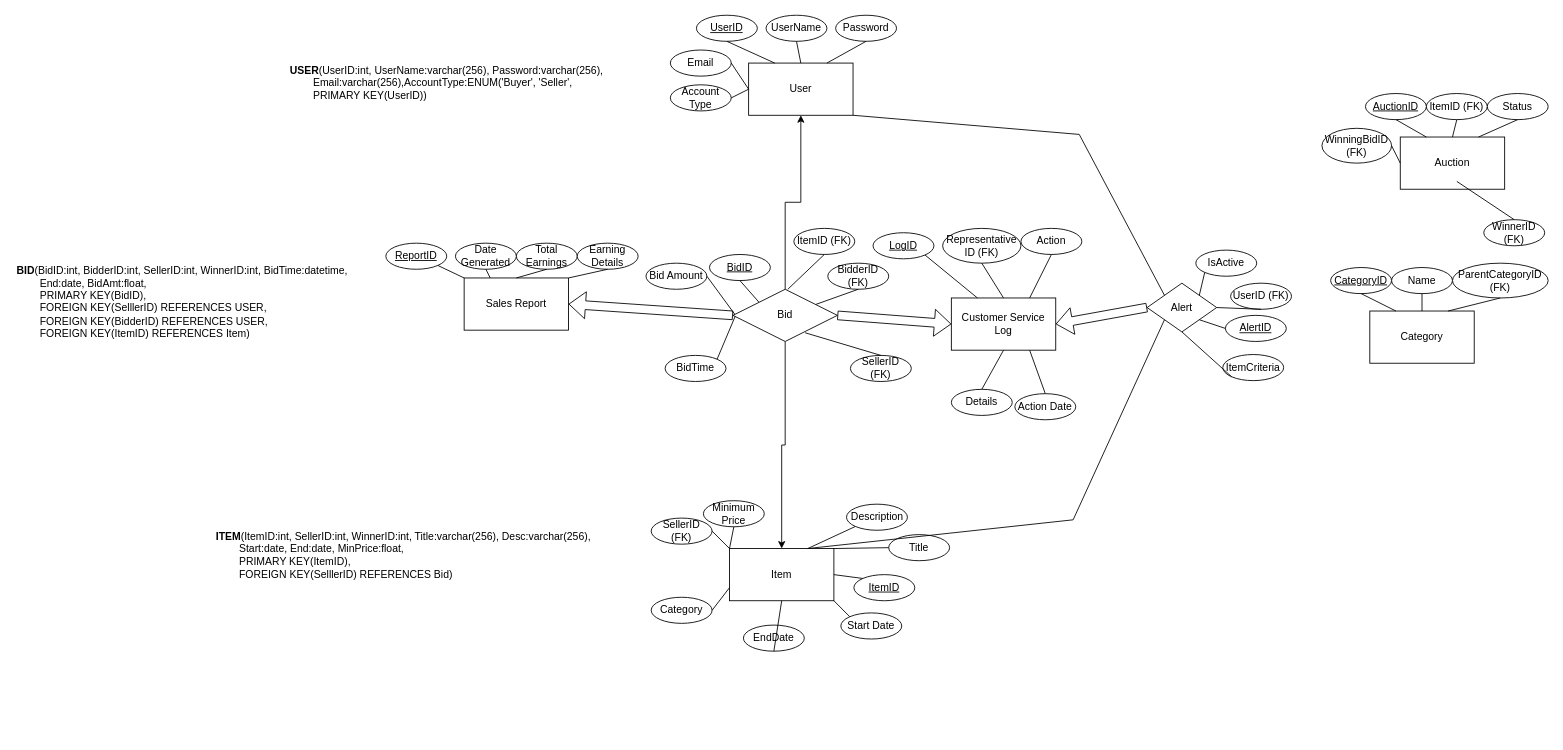
Above: Project1ER.drawio in Swoopi/PrinInfo (draw.io), before the change. Source tidied: cells renumbered, new cells numbered last; positions are measured from the earlier drawing's top-left corner, leaving out a move shared by most shapes. Both pictures are drawn from the tidied source at 87%, with x=0, y=0 at pixel (15, 15).
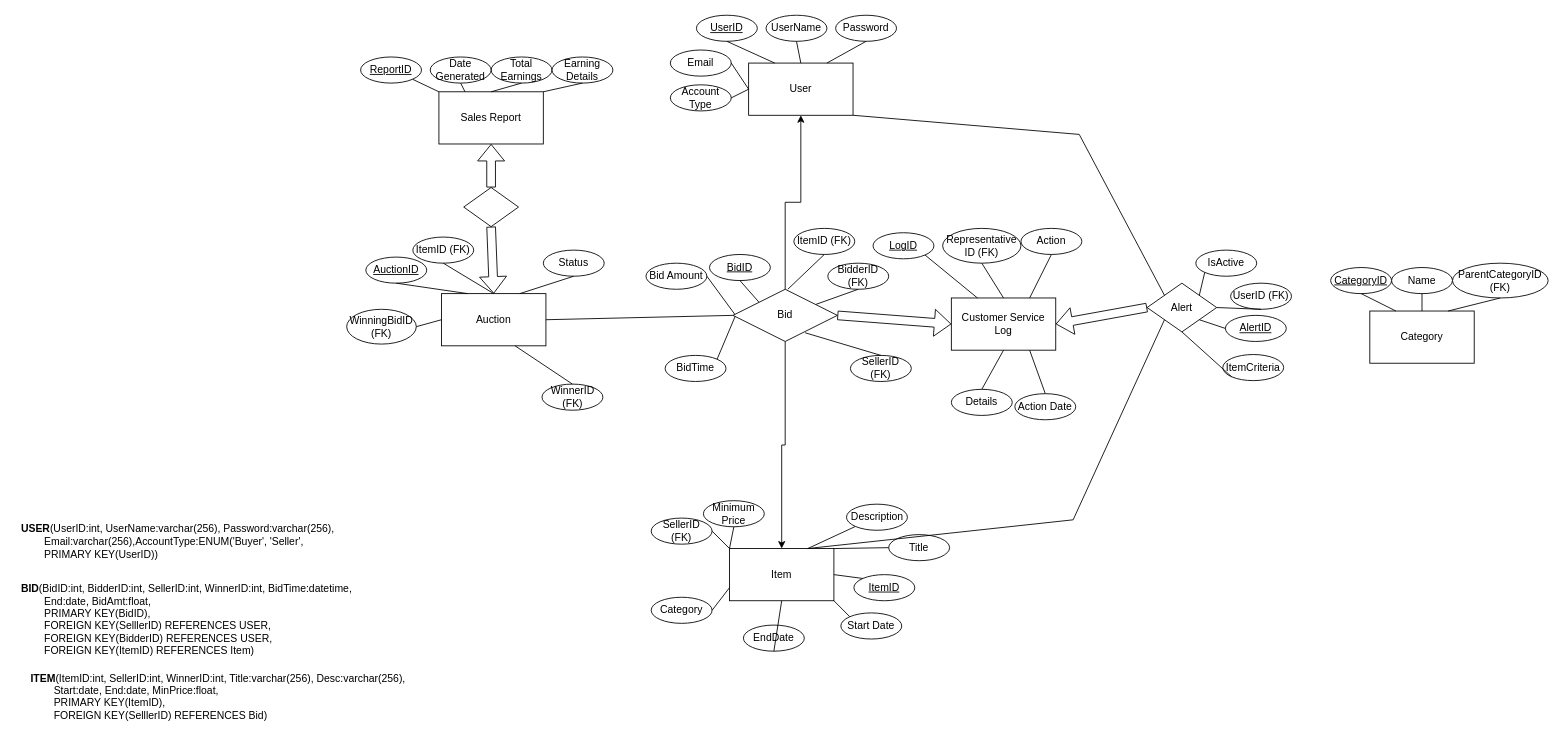
The same diagram, later.

Unchanged cells that the change refers to:
```xml
<mxCell id="91" value="Bid" style="shape=rhombus;perimeter=rhombusPerimeter;whiteSpace=wrap;html=1;align=center;" parent="1" vertex="1">
  <mxGeometry x="825" y="315" width="120" height="60" as="geometry" />
</mxCell>
```

Change to the diagram source:
```diff
@@
     <mxCell id="3" value="Auction" style="rounded=0;whiteSpace=wrap;html=1;" parent="1" vertex="1">
-      <mxGeometry x="1592" y="140" width="120" height="60" as="geometry" />
+      <mxGeometry x="490" y="320" width="120" height="60" as="geometry" />
     </mxCell>
@@
     <mxCell id="6" value="Sales Report" style="rounded=0;whiteSpace=wrap;html=1;" parent="1" vertex="1">
-      <mxGeometry x="516" y="302" width="120" height="60" as="geometry" />
+      <mxGeometry x="487" y="88" width="120" height="60" as="geometry" />
     </mxCell>
@@
     <mxCell id="27" value="WinnerID (FK)" style="ellipse;whiteSpace=wrap;html=1;" parent="1" vertex="1">
-      <mxGeometry x="1688" y="235" width="70" height="30" as="geometry" />
+      <mxGeometry x="605.5" y="424" width="70" height="30" as="geometry" />
     </mxCell>
@@
     <mxCell id="29" style="endArrow=none;html=1;rounded=0;entryX=0.5;entryY=0;entryDx=0;entryDy=0;" parent="1" edge="1" target="27">
       <mxGeometry relative="1" as="geometry">
-        <mxPoint x="1657" y="191" as="sourcePoint" />
+        <mxPoint x="574.5" y="380" as="sourcePoint" />
       </mxGeometry>
     </mxCell>
@@
     <mxCell id="35" value="Status" style="ellipse;whiteSpace=wrap;html=1;" parent="1" vertex="1">
-      <mxGeometry x="1692" y="90" width="70" height="30" as="geometry" />
+      <mxGeometry x="607" y="270" width="70" height="30" as="geometry" />
     </mxCell>
     <mxCell id="36" value="ItemID (FK)" style="ellipse;whiteSpace=wrap;html=1;" parent="1" vertex="1">
-      <mxGeometry x="1622" y="90" width="70" height="30" as="geometry" />
+      <mxGeometry x="457" y="255" width="70" height="30" as="geometry" />
     </mxCell>
     <mxCell id="37" value="&lt;u&gt;AuctionID&lt;/u&gt;" style="ellipse;whiteSpace=wrap;html=1;" parent="1" vertex="1">
-      <mxGeometry x="1552" y="90" width="70" height="30" as="geometry" />
+      <mxGeometry x="403" y="278" width="70" height="30" as="geometry" />
     </mxCell>
@@
     <mxCell id="49" value="WinningBidID (FK)" style="ellipse;whiteSpace=wrap;html=1;" parent="1" vertex="1">
-      <mxGeometry x="1502" y="130" width="80" height="40" as="geometry" />
+      <mxGeometry x="381" y="338" width="80" height="40" as="geometry" />
     </mxCell>
@@
     <mxCell id="57" value="Total Earnings" style="ellipse;whiteSpace=wrap;html=1;" parent="1" vertex="1">
-      <mxGeometry x="576" y="262" width="70" height="30" as="geometry" />
+      <mxGeometry x="547" y="48" width="70" height="30" as="geometry" />
     </mxCell>
     <mxCell id="58" value="Date Generated" style="ellipse;whiteSpace=wrap;html=1;" parent="1" vertex="1">
-      <mxGeometry x="506" y="262" width="70" height="30" as="geometry" />
+      <mxGeometry x="477" y="48" width="70" height="30" as="geometry" />
     </mxCell>
     <mxCell id="59" value="&lt;u&gt;ReportID&lt;/u&gt;" style="ellipse;whiteSpace=wrap;html=1;" parent="1" vertex="1">
-      <mxGeometry x="426" y="262" width="70" height="30" as="geometry" />
+      <mxGeometry x="397" y="48" width="70" height="30" as="geometry" />
     </mxCell>
     <mxCell id="60" value="Earning Details" style="ellipse;whiteSpace=wrap;html=1;" parent="1" vertex="1">
-      <mxGeometry x="646" y="262" width="70" height="30" as="geometry" />
+      <mxGeometry x="617" y="48" width="70" height="30" as="geometry" />
     </mxCell>
@@
     <mxCell id="75" value="&lt;b&gt;USER&lt;/b&gt;(UserID:int, UserName:varchar(256), Password:varchar(256), &lt;span style=&quot;white-space: pre;&quot;&gt;&#9;&lt;/span&gt;Email:varchar(256),AccountType:ENUM('Buyer', 'Seller',&lt;div&gt;&lt;span style=&quot;white-space: pre;&quot;&gt;&#9;&lt;/span&gt;PRIMARY KEY(UserID))&lt;/div&gt;" style="text;html=1;align=left;verticalAlign=middle;whiteSpace=wrap;rounded=0;" parent="1" vertex="1">
-      <mxGeometry x="314" y="53" width="415" height="50" as="geometry" />
+      <mxGeometry x="5" y="580" width="415" height="50" as="geometry" />
     </mxCell>
@@
     <mxCell id="88" value="&lt;b&gt;ITEM&lt;/b&gt;(ItemID:int, SellerID:int, WinnerID:int, Title:varchar(256&lt;span style=&quot;background-color: initial;&quot;&gt;),&amp;nbsp;&lt;/span&gt;Desc:varchar(256&lt;span style=&quot;background-color: initial;&quot;&gt;), &lt;span style=&quot;white-space: pre;&quot;&gt;&#9;&lt;/span&gt;Start:date, End:date, MinPrice:float,&lt;/span&gt;&lt;div&gt;&lt;span style=&quot;background-color: initial;&quot;&gt;&lt;span style=&quot;white-space: pre;&quot;&gt;&#9;&lt;/span&gt;PRIMARY KEY(ItemID),&lt;/span&gt;&lt;/div&gt;&lt;div&gt;&lt;span style=&quot;background-color: initial;&quot;&gt;&lt;span style=&quot;white-space: pre;&quot;&gt;&#9;&lt;/span&gt;FOREIGN KEY(SelllerID) REFERENCES Bid)&lt;/span&gt;&lt;/div&gt;&lt;div&gt;&lt;span style=&quot;background-color: initial;&quot;&gt;&lt;br&gt;&lt;/span&gt;&lt;/div&gt;" style="text;html=1;align=left;verticalAlign=middle;whiteSpace=wrap;rounded=0;" parent="1" vertex="1">
-      <mxGeometry x="229" y="603" width="450.5" height="50" as="geometry" />
+      <mxGeometry x="16" y="766" width="450.5" height="50" as="geometry" />
     </mxCell>
@@
     <mxCell id="92" value="&lt;b&gt;BID&lt;/b&gt;(BidID:int, BidderID:int,&amp;nbsp;SellerID:int, WinnerID:int, &lt;span style=&quot;background-color: initial;&quot;&gt;BidTime:datetime, &lt;span style=&quot;white-space: pre;&quot;&gt;&#9;&lt;/span&gt;End:date, BidAmt:float,&lt;/span&gt;&lt;div&gt;&lt;span style=&quot;background-color: initial;&quot;&gt;&lt;span style=&quot;white-space: pre;&quot;&gt;&#9;&lt;/span&gt;PRIMARY KEY(BidID),&lt;/span&gt;&lt;/div&gt;&lt;div&gt;&lt;span style=&quot;background-color: initial;&quot;&gt;&lt;span style=&quot;white-space: pre;&quot;&gt;&#9;&lt;/span&gt;FOREIGN KEY(SelllerID) REFERENCES USER,&amp;nbsp;&lt;/span&gt;&lt;/div&gt;&lt;div&gt;&lt;span style=&quot;background-color: initial;&quot;&gt;&lt;span style=&quot;white-space: pre;&quot;&gt;&#9;&lt;/span&gt;FOREIGN KEY(BidderID) REFERENCES USER,&lt;/span&gt;&lt;/div&gt;&lt;div&gt;&lt;span style=&quot;background-color: initial;&quot;&gt;&lt;span style=&quot;white-space: pre;&quot;&gt;&#9;&lt;/span&gt;FOREIGN KEY(ItemID) REFERENCES Item&lt;/span&gt;&lt;span style=&quot;background-color: initial;&quot;&gt;)&lt;/span&gt;&lt;/div&gt;&lt;div&gt;&lt;span style=&quot;background-color: initial;&quot;&gt;&lt;br&gt;&lt;/span&gt;&lt;/div&gt;" style="text;html=1;align=left;verticalAlign=middle;whiteSpace=wrap;rounded=0;" parent="1" vertex="1">
-      <mxGeometry y="312" width="395" height="50" as="geometry" />
+      <mxGeometry x="5" y="677" width="395" height="50" as="geometry" />
     </mxCell>
@@
-    <mxCell id="98" style="shape=flexArrow;endArrow=classic;html=1;rounded=0;exitX=0;exitY=0.5;exitDx=0;exitDy=0;entryX=1;entryY=0.5;entryDx=0;entryDy=0;" parent="1" edge="1" source="91" target="6">
-      <mxGeometry relative="1" as="geometry" />
-    </mxCell>
@@
+    <mxCell id="101" style="rhombus;whiteSpace=wrap;html=1;" parent="1" vertex="1">
+      <mxGeometry x="515.5" y="198" width="63" height="45" as="geometry" />
+    </mxCell>
+    <mxCell id="102" style="shape=flexArrow;endArrow=classic;html=1;rounded=0;exitX=0.5;exitY=0;exitDx=0;exitDy=0;entryX=0.5;entryY=1;entryDx=0;entryDy=0;" parent="1" edge="1" source="101" target="6">
+      <mxGeometry relative="1" as="geometry" />
+    </mxCell>
+    <mxCell id="103" style="shape=flexArrow;endArrow=classic;html=1;rounded=0;exitX=0.5;exitY=1;exitDx=0;exitDy=0;entryX=0.5;entryY=0;entryDx=0;entryDy=0;" parent="1" edge="1" source="101" target="3">
+      <mxGeometry relative="1" as="geometry" />
+    </mxCell>
+    <mxCell id="104" style="endArrow=none;html=1;rounded=0;exitX=0;exitY=0.5;exitDx=0;exitDy=0;entryX=1;entryY=0.5;entryDx=0;entryDy=0;" parent="1" edge="1" source="91" target="3">
+      <mxGeometry relative="1" as="geometry" />
+    </mxCell>
```
